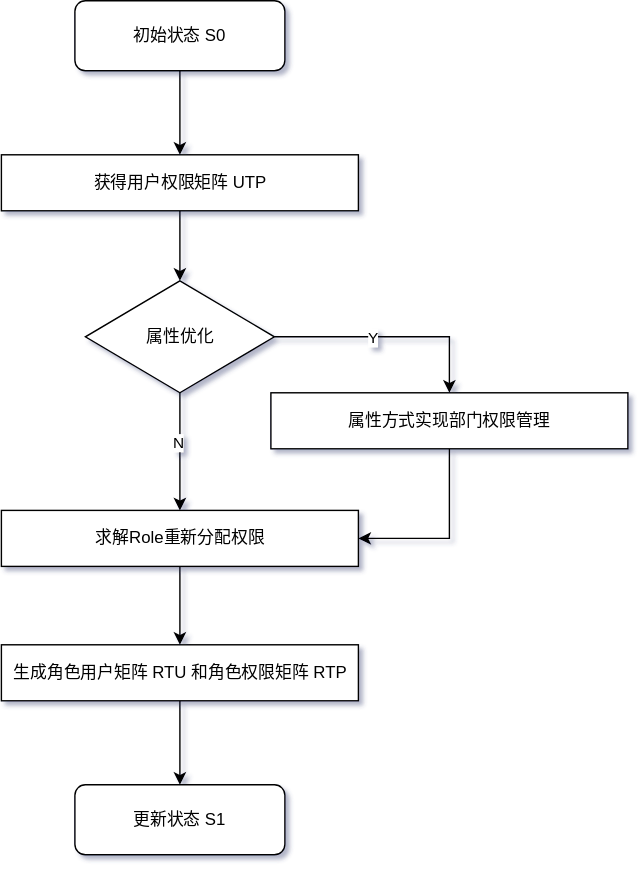
Before: 权限自适应优化.svg, a diagram exported from draw.io (Zr-2021/draw.io_folder). Source tidied: cells renumbered, new cells last; positions are measured from the earlier drawing's top-left corner, leaving out a move shared by most shapes. The source it was exported from:
```xml
<mxGraphModel shadow="1">
  <root>
    <mxCell id="0" />
    <mxCell id="1" parent="0" />
    <mxCell id="2" style="edgeStyle=orthogonalEdgeStyle;rounded=0;jettySize=auto;html=1;exitX=0.5;exitY=1;exitDx=0;exitDy=0;entryX=0.5;entryY=0;entryDx=0;entryDy=0;" parent="1" edge="1" source="3" target="6">
      <mxGeometry relative="1" as="geometry" />
    </mxCell>
    <mxCell id="3" value="初始状态 S0" style="rounded=1;whiteSpace=wrap;html=1;" parent="1" vertex="1">
      <mxGeometry x="52" width="150" height="50" as="geometry" />
    </mxCell>
    <mxCell id="4" value="更新状态 S1" style="rounded=1;whiteSpace=wrap;html=1;" parent="1" vertex="1">
      <mxGeometry x="52" y="560" width="150" height="50" as="geometry" />
    </mxCell>
    <mxCell id="5" style="edgeStyle=orthogonalEdgeStyle;rounded=0;jettySize=auto;html=1;exitX=0.5;exitY=1;exitDx=0;exitDy=0;entryX=0.5;entryY=0;entryDx=0;entryDy=0;" parent="1" edge="1" source="6" target="11">
      <mxGeometry relative="1" as="geometry" />
    </mxCell>
    <mxCell id="6" value="获得用户权限矩阵 UTP" style="rounded=0;whiteSpace=wrap;html=1;" parent="1" vertex="1">
      <mxGeometry x="-0.5" y="110" width="255" height="40" as="geometry" />
    </mxCell>
    <mxCell id="7" style="edgeStyle=orthogonalEdgeStyle;rounded=0;jettySize=auto;html=1;exitX=1;exitY=0.5;exitDx=0;exitDy=0;entryX=0.5;entryY=0;entryDx=0;entryDy=0;" parent="1" edge="1" source="11" target="13">
      <mxGeometry relative="1" as="geometry" />
    </mxCell>
    <mxCell id="8" value="Y" style="edgeLabel;html=1;align=center;verticalAlign=middle;" parent="7" vertex="1">
      <mxGeometry x="-0.16" relative="1" as="geometry">
        <mxPoint x="1" as="offset" />
      </mxGeometry>
    </mxCell>
    <mxCell id="9" style="edgeStyle=orthogonalEdgeStyle;rounded=0;jettySize=auto;html=1;exitX=0.5;exitY=1;exitDx=0;exitDy=0;" parent="1" edge="1" source="11" target="15">
      <mxGeometry relative="1" as="geometry" />
    </mxCell>
    <mxCell id="10" value="N" style="edgeLabel;html=1;align=center;verticalAlign=middle;" parent="9" vertex="1">
      <mxGeometry x="-0.17" y="-2" relative="1" as="geometry" />
    </mxCell>
    <mxCell id="11" value="属性优化" style="rhombus;whiteSpace=wrap;html=1;" parent="1" vertex="1">
      <mxGeometry x="59.5" y="200" width="135" height="80" as="geometry" />
    </mxCell>
    <mxCell id="12" style="edgeStyle=orthogonalEdgeStyle;rounded=0;jettySize=auto;html=1;exitX=0.5;exitY=1;exitDx=0;exitDy=0;entryX=1;entryY=0.5;entryDx=0;entryDy=0;" parent="1" edge="1" source="13" target="15">
      <mxGeometry relative="1" as="geometry" />
    </mxCell>
    <mxCell id="13" value="属性方式实现部门权限管理" style="rounded=0;whiteSpace=wrap;html=1;" parent="1" vertex="1">
      <mxGeometry x="192" y="280" width="255" height="40" as="geometry" />
    </mxCell>
    <mxCell id="14" style="edgeStyle=orthogonalEdgeStyle;rounded=0;jettySize=auto;html=1;exitX=0.5;exitY=1;exitDx=0;exitDy=0;" parent="1" edge="1" source="15" target="17">
      <mxGeometry relative="1" as="geometry" />
    </mxCell>
    <mxCell id="15" value="求解Role重新分配权限" style="rounded=0;whiteSpace=wrap;html=1;" parent="1" vertex="1">
      <mxGeometry x="-0.5" y="364" width="255" height="40" as="geometry" />
    </mxCell>
    <mxCell id="16" style="edgeStyle=orthogonalEdgeStyle;rounded=0;jettySize=auto;html=1;exitX=0.5;exitY=1;exitDx=0;exitDy=0;entryX=0.5;entryY=0;entryDx=0;entryDy=0;" parent="1" edge="1" source="17" target="4">
      <mxGeometry relative="1" as="geometry" />
    </mxCell>
    <mxCell id="17" value="生成角色用户矩阵 RTU 和角色权限矩阵 RTP" style="rounded=0;whiteSpace=wrap;html=1;" parent="1" vertex="1">
      <mxGeometry x="-0.5" y="460" width="255" height="40" as="geometry" />
    </mxCell>
  </root>
</mxGraphModel>
```
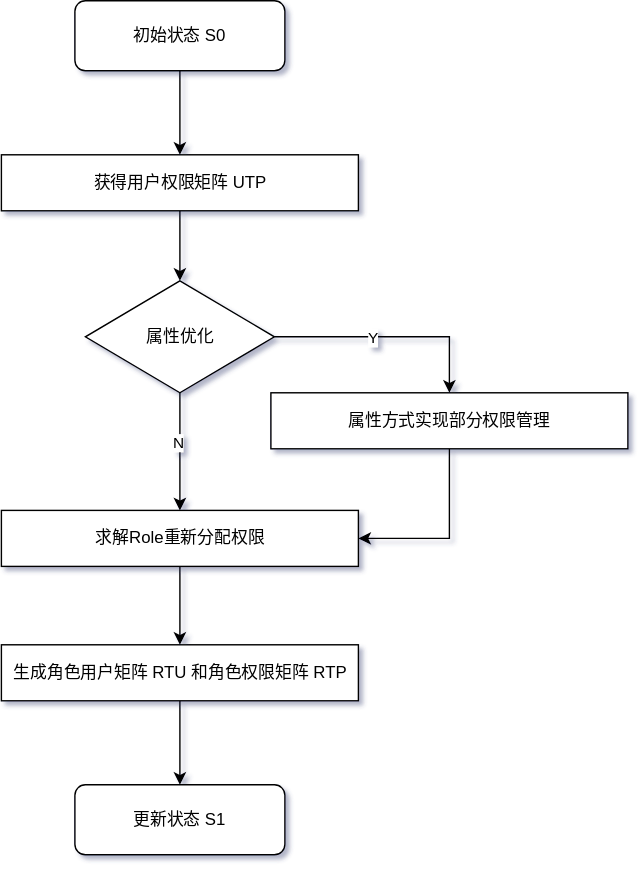
The same diagram one commit later.

Commit message:
更新权限自适应优化.svg

The edit, as a diff of the source:
```diff
@@ -37,7 +37,7 @@
     <mxCell id="12" style="edgeStyle=orthogonalEdgeStyle;rounded=0;jettySize=auto;html=1;exitX=0.5;exitY=1;exitDx=0;exitDy=0;entryX=1;entryY=0.5;entryDx=0;entryDy=0;" parent="1" edge="1" source="13" target="15">
       <mxGeometry relative="1" as="geometry" />
     </mxCell>
-    <mxCell id="13" value="属性方式实现部门权限管理" style="rounded=0;whiteSpace=wrap;html=1;" parent="1" vertex="1">
+    <mxCell id="13" value="属性方式实现部分权限管理" style="rounded=0;whiteSpace=wrap;html=1;" parent="1" vertex="1">
       <mxGeometry x="192" y="280" width="255" height="40" as="geometry" />
     </mxCell>
     <mxCell id="14" style="edgeStyle=orthogonalEdgeStyle;rounded=0;jettySize=auto;html=1;exitX=0.5;exitY=1;exitDx=0;exitDy=0;" parent="1" edge="1" source="15" target="17">
```
